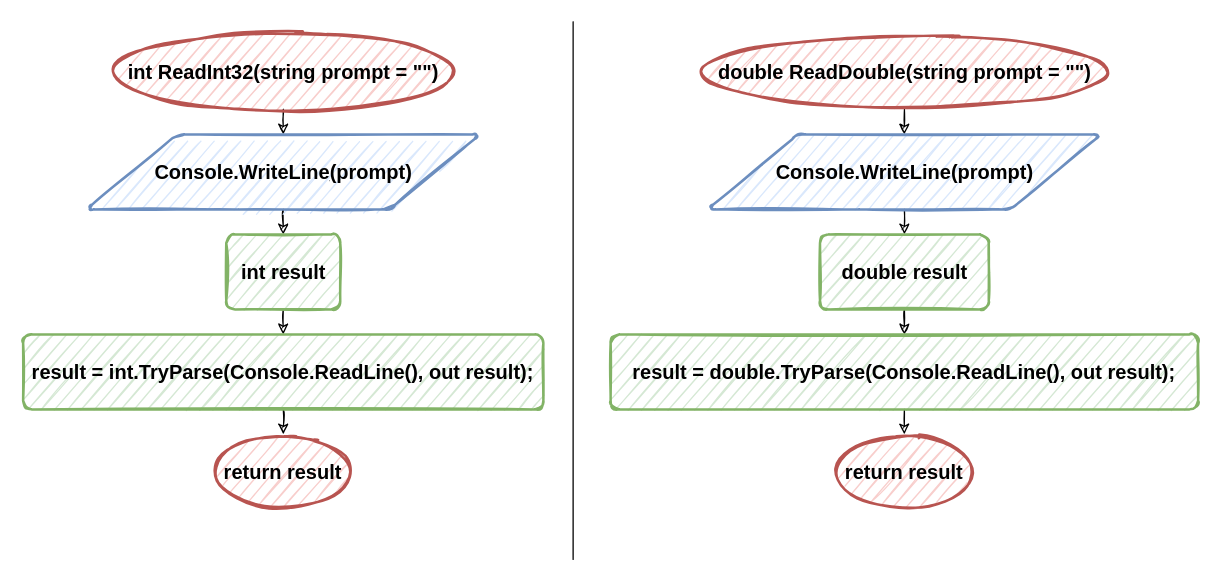
This is page "Utils/Base" (1 of 3) of flowchart.drawio from Console-Utils/mono-laboratorywork6, a draw.io file, before an edit. Source tidied: cells renumbered, new cells numbered last; positions are measured from the earlier drawing's top-left corner, leaving out a move shared by most shapes. Both pictures are drawn from the tidied source at 125%, with x=0, y=0 at pixel (22, 21).
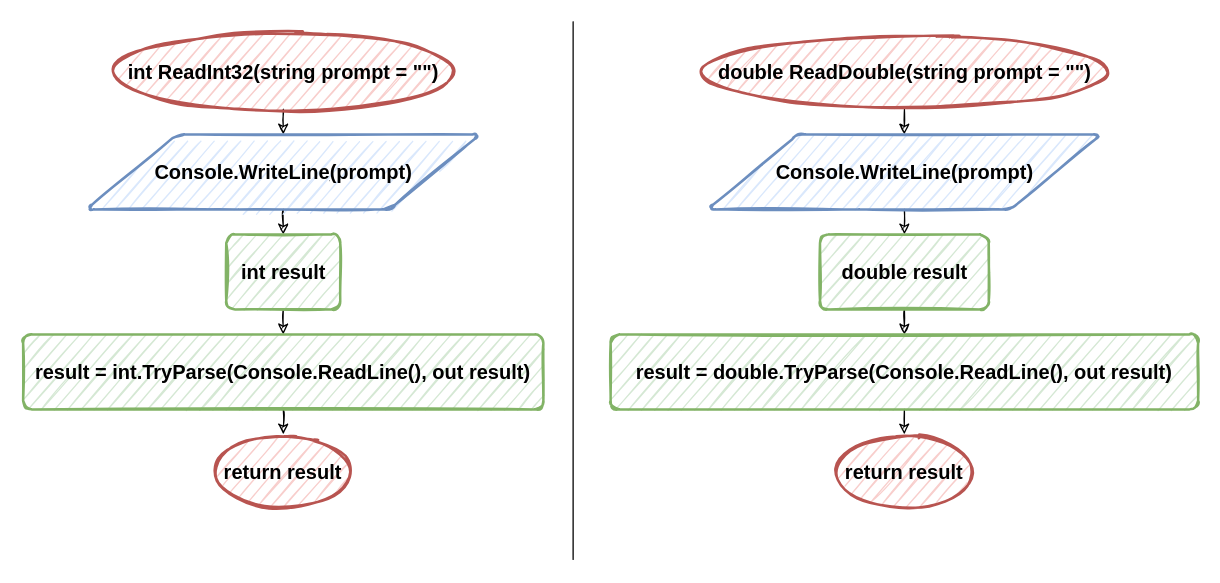
The same diagram, later.

What changed in the source:
```diff
@@
-    <mxCell id="10" value="&lt;font style=&quot;font-size: 16px&quot;&gt;&lt;b&gt;result =&amp;nbsp;&lt;/b&gt;&lt;/font&gt;&lt;span style=&quot;font-size: 16px&quot;&gt;&lt;b&gt;int.TryParse(Console.ReadLine(), out result);&lt;/b&gt;&lt;/span&gt;" style="whiteSpace=wrap;html=1;absoluteArcSize=1;arcSize=14;strokeWidth=2;fillColor=#d5e8d4;strokeColor=#82b366;sketch=1;rounded=1;" parent="1" vertex="1">
+    <mxCell id="10" value="&lt;font style=&quot;font-size: 16px&quot;&gt;&lt;b&gt;result =&amp;nbsp;&lt;/b&gt;&lt;/font&gt;&lt;span style=&quot;font-size: 16px&quot;&gt;&lt;b&gt;int.TryParse(Console.ReadLine(), out result)&lt;/b&gt;&lt;/span&gt;" style="whiteSpace=wrap;html=1;absoluteArcSize=1;arcSize=14;strokeWidth=2;fillColor=#d5e8d4;strokeColor=#82b366;sketch=1;rounded=1;" parent="1" vertex="1">
       <mxGeometry y="250" width="416.2" height="60" as="geometry" />
     </mxCell>
@@
-    <mxCell id="19" value="&lt;font style=&quot;font-size: 16px&quot;&gt;&lt;b&gt;result =&amp;nbsp;&lt;/b&gt;&lt;/font&gt;&lt;span style=&quot;font-size: 16px&quot;&gt;&lt;b&gt;double.TryParse(Console.ReadLine(), out result);&lt;/b&gt;&lt;/span&gt;" style="whiteSpace=wrap;html=1;absoluteArcSize=1;arcSize=14;strokeWidth=2;fillColor=#d5e8d4;strokeColor=#82b366;sketch=1;rounded=1;" parent="1" vertex="1">
+    <mxCell id="19" value="&lt;font style=&quot;font-size: 16px&quot;&gt;&lt;b&gt;result =&amp;nbsp;&lt;/b&gt;&lt;/font&gt;&lt;span style=&quot;font-size: 16px&quot;&gt;&lt;b&gt;double.TryParse(Console.ReadLine(), out result)&lt;/b&gt;&lt;/span&gt;" style="whiteSpace=wrap;html=1;absoluteArcSize=1;arcSize=14;strokeWidth=2;fillColor=#d5e8d4;strokeColor=#82b366;sketch=1;rounded=1;" parent="1" vertex="1">
       <mxGeometry x="470" y="250" width="470" height="60" as="geometry" />
     </mxCell>
```
